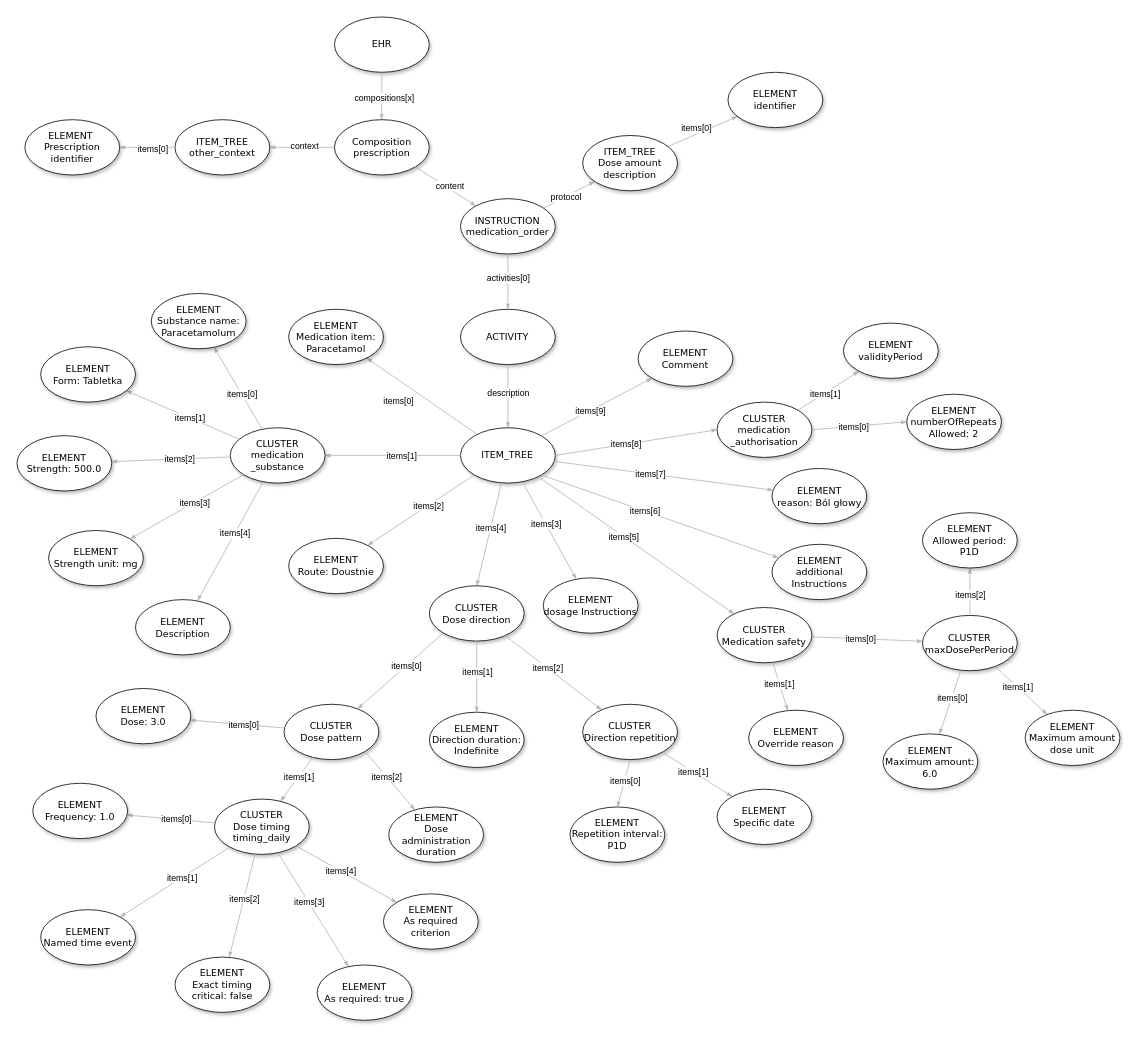
Earlier version of the draw.io diagram page "recepta-OpenEHR-clean" (3 of 21) of data/PD2-grafy.drawio (mikolajMacioszczyk/PD2). Source tidied: cells renumbered, new cells numbered last; positions are measured from the earlier drawing's top-left corner, leaving out a move shared by most shapes. Both pictures are drawn from the tidied source at 79%, with x=0, y=0 at pixel (17, 17).
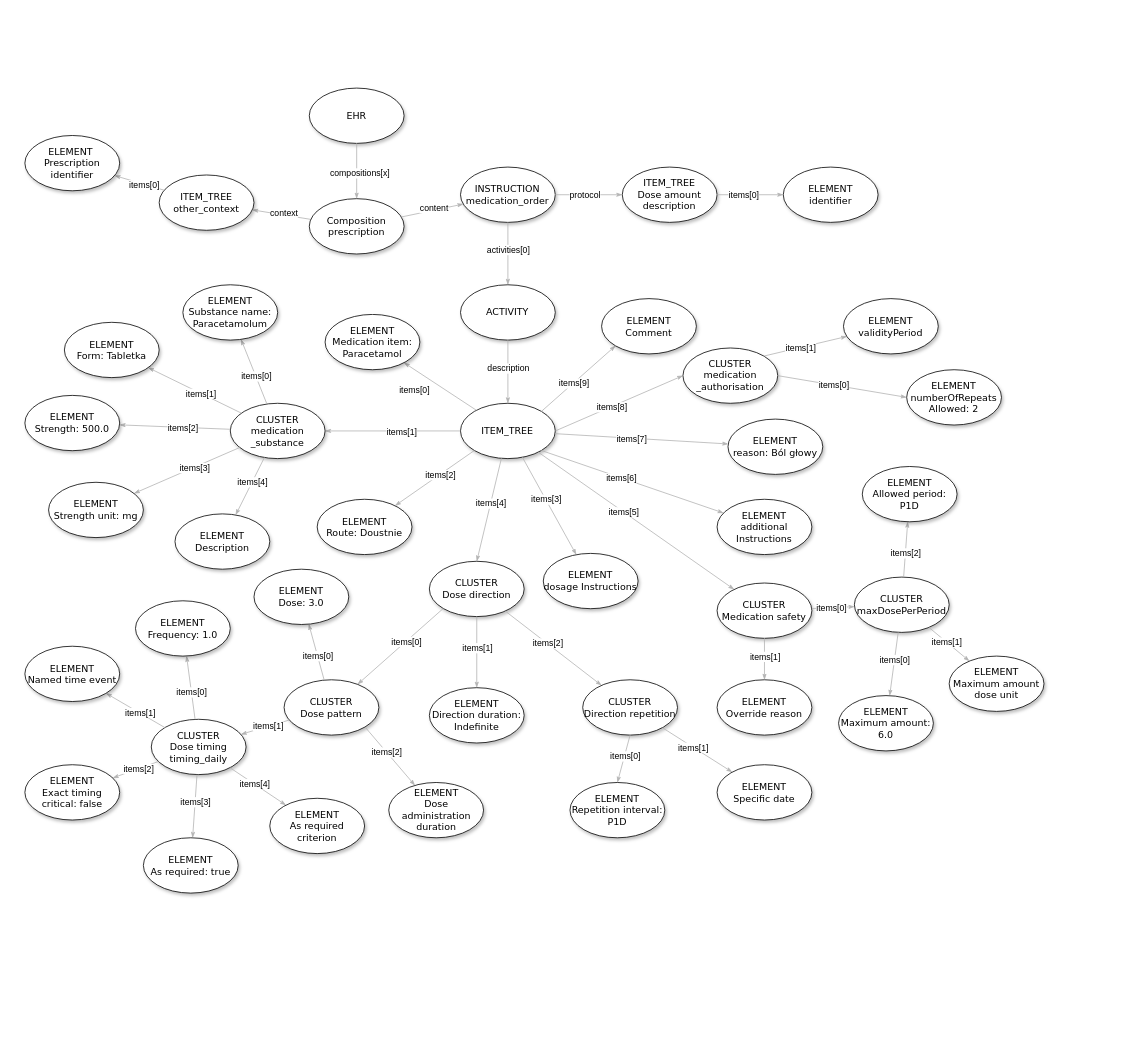
Above is the later version.

Diff of the diagram source:
```diff
@@
     <mxCell id="4" value="Composition prescription" style="ellipse;whiteSpace=wrap;html=1;rounded=0;shadow=1;comic=0;labelBackgroundColor=none;strokeWidth=1;fontFamily=Verdana;fontSize=12;align=center;" parent="1" vertex="1">
-      <mxGeometry x="401.9" y="130" width="120" height="70" as="geometry" />
+      <mxGeometry x="370" y="230" width="120" height="70" as="geometry" />
     </mxCell>
     <mxCell id="5" value="&lt;span&gt;ITEM_TREE other_context&lt;/span&gt;" style="ellipse;whiteSpace=wrap;html=1;rounded=0;shadow=1;comic=0;labelBackgroundColor=none;strokeWidth=1;fontFamily=Verdana;fontSize=12;align=center;" parent="1" vertex="1">
-      <mxGeometry x="200" y="130" width="120" height="70" as="geometry" />
+      <mxGeometry x="180" y="200" width="120" height="70" as="geometry" />
     </mxCell>
@@
     <mxCell id="8" value="ELEMENT&amp;nbsp;&lt;br&gt;Prescription identifier" style="ellipse;whiteSpace=wrap;html=1;rounded=0;shadow=1;comic=0;labelBackgroundColor=none;strokeWidth=1;fontFamily=Verdana;fontSize=12;align=center;" parent="1" vertex="1">
-      <mxGeometry x="10" y="130" width="120" height="70" as="geometry" />
+      <mxGeometry x="10" y="150" width="120" height="70" as="geometry" />
     </mxCell>
-    <mxCell id="9" style="edgeStyle=none;rounded=1;html=1;labelBackgroundColor=none;startArrow=none;startFill=0;startSize=5;endArrow=classicThin;endFill=1;endSize=5;jettySize=auto;strokeColor=#B3B3B3;strokeWidth=1;fontFamily=Verdana;fontSize=12;exitX=1;exitY=1;exitDx=0;exitDy=0;" parent="1" edge="1" source="4" target="11">
+    <mxCell id="9" style="edgeStyle=none;rounded=1;html=1;labelBackgroundColor=none;startArrow=none;startFill=0;startSize=5;endArrow=classicThin;endFill=1;endSize=5;jettySize=auto;strokeColor=#B3B3B3;strokeWidth=1;fontFamily=Verdana;fontSize=12;" parent="1" edge="1" source="4" target="11">
       <mxGeometry relative="1" as="geometry" />
     </mxCell>
@@
     <mxCell id="11" value="INSTRUCTION&lt;br&gt;&lt;div&gt;medication_order&lt;/div&gt;" style="ellipse;whiteSpace=wrap;html=1;rounded=0;shadow=1;comic=0;labelBackgroundColor=none;strokeWidth=1;fontFamily=Verdana;fontSize=12;align=center;" parent="1" vertex="1">
-      <mxGeometry x="561.4" y="230" width="120" height="70" as="geometry" />
+      <mxGeometry x="561.4" y="190" width="120" height="70" as="geometry" />
     </mxCell>
@@
     <mxCell id="14" value="ITEM_TREE&lt;br&gt;&lt;div&gt;Dose amount description&lt;/div&gt;" style="ellipse;whiteSpace=wrap;html=1;rounded=0;shadow=1;comic=0;labelBackgroundColor=none;strokeWidth=1;fontFamily=Verdana;fontSize=12;align=center;" parent="1" vertex="1">
-      <mxGeometry x="716.1" y="150" width="120" height="70" as="geometry" />
+      <mxGeometry x="766.2" y="190" width="120" height="70" as="geometry" />
     </mxCell>
@@
     <mxCell id="17" value="ELEMENT&lt;br&gt;&lt;div&gt;identifier&lt;/div&gt;" style="ellipse;whiteSpace=wrap;html=1;rounded=0;shadow=1;comic=0;labelBackgroundColor=none;strokeWidth=1;fontFamily=Verdana;fontSize=12;align=center;" parent="1" vertex="1">
-      <mxGeometry x="900" y="70" width="120" height="70" as="geometry" />
+      <mxGeometry x="970" y="190" width="120" height="70" as="geometry" />
     </mxCell>
@@
     <mxCell id="20" value="ACTIVITY" style="ellipse;whiteSpace=wrap;html=1;rounded=0;shadow=1;comic=0;labelBackgroundColor=none;strokeWidth=1;fontFamily=Verdana;fontSize=12;align=center;" parent="1" vertex="1">
-      <mxGeometry x="561.4" y="370" width="120" height="70" as="geometry" />
+      <mxGeometry x="561.4" y="339" width="120" height="70" as="geometry" />
     </mxCell>
@@
     <mxCell id="23" value="ITEM_TREE" style="ellipse;whiteSpace=wrap;html=1;rounded=0;shadow=1;comic=0;labelBackgroundColor=none;strokeWidth=1;fontFamily=Verdana;fontSize=12;align=center;" parent="1" vertex="1">
-      <mxGeometry x="561.4" y="520" width="120" height="70" as="geometry" />
+      <mxGeometry x="561.4" y="489" width="120" height="70" as="geometry" />
     </mxCell>
@@
     <mxCell id="26" value="ELEMENT&lt;div&gt;Medication item: Paracetamol&lt;/div&gt;" style="ellipse;whiteSpace=wrap;html=1;rounded=0;shadow=1;comic=0;labelBackgroundColor=none;strokeWidth=1;fontFamily=Verdana;fontSize=12;align=center;" parent="1" vertex="1">
-      <mxGeometry x="343.9" y="370" width="120" height="70" as="geometry" />
+      <mxGeometry x="390" y="376.5" width="120" height="70" as="geometry" />
     </mxCell>
@@
     <mxCell id="29" value="CLUSTER&lt;div&gt;medication _substance&lt;/div&gt;" style="ellipse;whiteSpace=wrap;html=1;rounded=0;shadow=1;comic=0;labelBackgroundColor=none;strokeWidth=1;fontFamily=Verdana;fontSize=12;align=center;" parent="1" vertex="1">
-      <mxGeometry x="270" y="520" width="120" height="70" as="geometry" />
+      <mxGeometry x="270" y="489" width="120" height="70" as="geometry" />
     </mxCell>
@@
     <mxCell id="32" value="ELEMENT&lt;div&gt;Substance name: Paracetamolum&lt;/div&gt;" style="ellipse;whiteSpace=wrap;html=1;rounded=0;shadow=1;comic=0;labelBackgroundColor=none;strokeWidth=1;fontFamily=Verdana;fontSize=12;align=center;" parent="1" vertex="1">
-      <mxGeometry x="170" y="350" width="120" height="70" as="geometry" />
+      <mxGeometry x="210" y="339" width="120" height="70" as="geometry" />
     </mxCell>
@@
     <mxCell id="35" value="&lt;div&gt;ELEMENT&lt;/div&gt;&lt;div&gt;Form: Tabletka&lt;/div&gt;" style="ellipse;whiteSpace=wrap;html=1;rounded=0;shadow=1;comic=0;labelBackgroundColor=none;strokeWidth=1;fontFamily=Verdana;fontSize=12;align=center;" parent="1" vertex="1">
-      <mxGeometry x="30" y="417.5" width="120" height="70" as="geometry" />
+      <mxGeometry x="60" y="386.5" width="120" height="70" as="geometry" />
     </mxCell>
@@
     <mxCell id="38" value="&lt;div&gt;ELEMENT&lt;/div&gt;&lt;div&gt;Strength: 500.0&lt;/div&gt;" style="ellipse;whiteSpace=wrap;html=1;rounded=0;shadow=1;comic=0;labelBackgroundColor=none;strokeWidth=1;fontFamily=Verdana;fontSize=12;align=center;" parent="1" vertex="1">
-      <mxGeometry y="530" width="120" height="70" as="geometry" />
+      <mxGeometry x="10" y="479" width="120" height="70" as="geometry" />
     </mxCell>
@@
     <mxCell id="41" value="&lt;div&gt;ELEMENT&lt;/div&gt;&lt;div&gt;Strength unit: mg&lt;/div&gt;" style="ellipse;whiteSpace=wrap;html=1;rounded=0;shadow=1;comic=0;labelBackgroundColor=none;strokeWidth=1;fontFamily=Verdana;fontSize=12;align=center;" parent="1" vertex="1">
-      <mxGeometry x="40" y="650" width="120" height="70" as="geometry" />
+      <mxGeometry x="40" y="589" width="120" height="70" as="geometry" />
     </mxCell>
@@
     <mxCell id="44" value="&lt;div&gt;ELEMENT&lt;/div&gt;&lt;div&gt;Description&lt;/div&gt;" style="ellipse;whiteSpace=wrap;html=1;rounded=0;shadow=1;comic=0;labelBackgroundColor=none;strokeWidth=1;fontFamily=Verdana;fontSize=12;align=center;" parent="1" vertex="1">
-      <mxGeometry x="150" y="737.5" width="120" height="70" as="geometry" />
+      <mxGeometry x="200" y="629" width="120" height="70" as="geometry" />
     </mxCell>
@@
     <mxCell id="47" value="ELEMENT&lt;div&gt;Route: Doustnie&lt;/div&gt;" style="ellipse;whiteSpace=wrap;html=1;rounded=0;shadow=1;comic=0;labelBackgroundColor=none;strokeWidth=1;fontFamily=Verdana;fontSize=12;align=center;" parent="1" vertex="1">
-      <mxGeometry x="343.9" y="660" width="120" height="70" as="geometry" />
+      <mxGeometry x="380" y="610.5" width="120" height="70" as="geometry" />
     </mxCell>
@@
     <mxCell id="50" value="ELEMENT&lt;div&gt;dosage Instructions&lt;/div&gt;" style="ellipse;whiteSpace=wrap;html=1;rounded=0;shadow=1;comic=0;labelBackgroundColor=none;strokeWidth=1;fontFamily=Verdana;fontSize=12;align=center;" parent="1" vertex="1">
-      <mxGeometry x="666.2" y="710" width="120" height="70" as="geometry" />
+      <mxGeometry x="666.2" y="679" width="120" height="70" as="geometry" />
     </mxCell>
@@
     <mxCell id="53" value="&lt;div&gt;CLUSTER&lt;/div&gt;&lt;div&gt;Dose direction&lt;/div&gt;" style="ellipse;whiteSpace=wrap;html=1;rounded=0;shadow=1;comic=0;labelBackgroundColor=none;strokeWidth=1;fontFamily=Verdana;fontSize=12;align=center;" parent="1" vertex="1">
-      <mxGeometry x="522" y="720" width="120" height="70" as="geometry" />
+      <mxGeometry x="522" y="689" width="120" height="70" as="geometry" />
     </mxCell>
@@
     <mxCell id="56" value="&lt;div&gt;CLUSTER&lt;/div&gt;&lt;div&gt;Dose pattern&lt;/div&gt;" style="ellipse;whiteSpace=wrap;html=1;rounded=0;shadow=1;comic=0;labelBackgroundColor=none;strokeWidth=1;fontFamily=Verdana;fontSize=12;align=center;" parent="1" vertex="1">
-      <mxGeometry x="338.1" y="870" width="120" height="70" as="geometry" />
+      <mxGeometry x="338.1" y="839" width="120" height="70" as="geometry" />
     </mxCell>
@@
     <mxCell id="59" value="ELEMENT&lt;div&gt;Dose: 3.0&lt;/div&gt;" style="ellipse;whiteSpace=wrap;html=1;rounded=0;shadow=1;comic=0;labelBackgroundColor=none;strokeWidth=1;fontFamily=Verdana;fontSize=12;align=center;" parent="1" vertex="1">
-      <mxGeometry x="100" y="850" width="120" height="70" as="geometry" />
+      <mxGeometry x="300" y="699" width="120" height="70" as="geometry" />
     </mxCell>
@@
     <mxCell id="62" value="&lt;div&gt;CLUSTER&lt;/div&gt;&lt;div&gt;Dose timing&lt;/div&gt;&lt;div&gt;timing_daily&lt;/div&gt;" style="ellipse;whiteSpace=wrap;html=1;rounded=0;shadow=1;comic=0;labelBackgroundColor=none;strokeWidth=1;fontFamily=Verdana;fontSize=12;align=center;" parent="1" vertex="1">
-      <mxGeometry x="250" y="990" width="120" height="70" as="geometry" />
+      <mxGeometry x="170" y="889" width="120" height="70" as="geometry" />
     </mxCell>
@@
     <mxCell id="65" value="&lt;div&gt;ELEMENT&lt;/div&gt;&lt;div&gt;Dose administration duration&lt;/div&gt;" style="ellipse;whiteSpace=wrap;html=1;rounded=0;shadow=1;comic=0;labelBackgroundColor=none;strokeWidth=1;fontFamily=Verdana;fontSize=12;align=center;" parent="1" vertex="1">
-      <mxGeometry x="470.6" y="1000" width="120" height="70" as="geometry" />
+      <mxGeometry x="470.6" y="969" width="120" height="70" as="geometry" />
     </mxCell>
@@
     <mxCell id="68" value="&lt;div&gt;ELEMENT&lt;/div&gt;&lt;div&gt;Frequency: 1.0&lt;/div&gt;" style="ellipse;whiteSpace=wrap;html=1;rounded=0;shadow=1;comic=0;labelBackgroundColor=none;strokeWidth=1;fontFamily=Verdana;fontSize=12;align=center;" parent="1" vertex="1">
-      <mxGeometry x="20" y="970" width="120" height="70" as="geometry" />
+      <mxGeometry x="150" y="739" width="120" height="70" as="geometry" />
     </mxCell>
@@
     <mxCell id="71" value="&lt;div&gt;ELEMENT&lt;/div&gt;&lt;div&gt;Named time event&lt;/div&gt;" style="ellipse;whiteSpace=wrap;html=1;rounded=0;shadow=1;comic=0;labelBackgroundColor=none;strokeWidth=1;fontFamily=Verdana;fontSize=12;align=center;" parent="1" vertex="1">
-      <mxGeometry x="30" y="1130" width="120" height="70" as="geometry" />
+      <mxGeometry x="10" y="796.5" width="120" height="70" as="geometry" />
     </mxCell>
@@
     <mxCell id="74" value="&lt;div&gt;ELEMENT&lt;/div&gt;&lt;div&gt;Exact timing critical: false&lt;/div&gt;" style="ellipse;whiteSpace=wrap;html=1;rounded=0;shadow=1;comic=0;labelBackgroundColor=none;strokeWidth=1;fontFamily=Verdana;fontSize=12;align=center;" parent="1" vertex="1">
-      <mxGeometry x="200" y="1190" width="120" height="70" as="geometry" />
+      <mxGeometry x="10" y="946.5" width="120" height="70" as="geometry" />
     </mxCell>
@@
     <mxCell id="77" value="&lt;div&gt;ELEMENT&lt;/div&gt;&lt;div&gt;As required: true&lt;/div&gt;" style="ellipse;whiteSpace=wrap;html=1;rounded=0;shadow=1;comic=0;labelBackgroundColor=none;strokeWidth=1;fontFamily=Verdana;fontSize=12;align=center;" parent="1" vertex="1">
-      <mxGeometry x="380" y="1200" width="120" height="70" as="geometry" />
+      <mxGeometry x="160" y="1039" width="120" height="70" as="geometry" />
     </mxCell>
@@
     <mxCell id="80" value="&lt;div&gt;ELEMENT&lt;/div&gt;&lt;div&gt;As required criterion&lt;/div&gt;" style="ellipse;whiteSpace=wrap;html=1;rounded=0;shadow=1;comic=0;labelBackgroundColor=none;strokeWidth=1;fontFamily=Verdana;fontSize=12;align=center;" parent="1" vertex="1">
-      <mxGeometry x="463.9" y="1110" width="120" height="70" as="geometry" />
+      <mxGeometry x="320" y="989" width="120" height="70" as="geometry" />
     </mxCell>
@@
     <mxCell id="83" value="&lt;div&gt;ELEMENT&lt;/div&gt;&lt;div&gt;Direction duration: Indefinite&lt;/div&gt;" style="ellipse;whiteSpace=wrap;html=1;rounded=0;shadow=1;comic=0;labelBackgroundColor=none;strokeWidth=1;fontFamily=Verdana;fontSize=12;align=center;" parent="1" vertex="1">
-      <mxGeometry x="522" y="880" width="120" height="70" as="geometry" />
+      <mxGeometry x="522" y="849" width="120" height="70" as="geometry" />
     </mxCell>
@@
     <mxCell id="86" value="&lt;div&gt;CLUSTER&lt;/div&gt;&lt;div&gt;Direction repetition&lt;/div&gt;" style="ellipse;whiteSpace=wrap;html=1;rounded=0;shadow=1;comic=0;labelBackgroundColor=none;strokeWidth=1;fontFamily=Verdana;fontSize=12;align=center;" parent="1" vertex="1">
-      <mxGeometry x="716.1" y="870" width="120" height="70" as="geometry" />
+      <mxGeometry x="716.1" y="839" width="120" height="70" as="geometry" />
     </mxCell>
@@
     <mxCell id="89" value="&lt;div&gt;ELEMENT&lt;/div&gt;&lt;div&gt;Repetition interval: P1D&lt;/div&gt;" style="ellipse;whiteSpace=wrap;html=1;rounded=0;shadow=1;comic=0;labelBackgroundColor=none;strokeWidth=1;fontFamily=Verdana;fontSize=12;align=center;" parent="1" vertex="1">
-      <mxGeometry x="700" y="1000" width="120" height="70" as="geometry" />
+      <mxGeometry x="700" y="969" width="120" height="70" as="geometry" />
     </mxCell>
@@
     <mxCell id="92" value="&lt;div&gt;ELEMENT&lt;/div&gt;&lt;div&gt;Specific date&lt;/div&gt;" style="ellipse;whiteSpace=wrap;html=1;rounded=0;shadow=1;comic=0;labelBackgroundColor=none;strokeWidth=1;fontFamily=Verdana;fontSize=12;align=center;" parent="1" vertex="1">
-      <mxGeometry x="886.2" y="977.5" width="120" height="70" as="geometry" />
+      <mxGeometry x="886.2" y="946.5" width="120" height="70" as="geometry" />
     </mxCell>
@@
     <mxCell id="95" value="&lt;div&gt;CLUSTER&lt;/div&gt;&lt;div&gt;Medication safety&lt;/div&gt;" style="ellipse;whiteSpace=wrap;html=1;rounded=0;shadow=1;comic=0;labelBackgroundColor=none;strokeWidth=1;fontFamily=Verdana;fontSize=12;align=center;" parent="1" vertex="1">
-      <mxGeometry x="886.2" y="747.5" width="120" height="70" as="geometry" />
+      <mxGeometry x="886.2" y="716.5" width="120" height="70" as="geometry" />
     </mxCell>
@@
     <mxCell id="98" value="&lt;div&gt;CLUSTER&lt;/div&gt;&lt;div&gt;maxDosePerPeriod&lt;/div&gt;" style="ellipse;whiteSpace=wrap;html=1;rounded=0;shadow=1;comic=0;labelBackgroundColor=none;strokeWidth=1;fontFamily=Verdana;fontSize=12;align=center;" parent="1" vertex="1">
-      <mxGeometry x="1146.2" y="757.5" width="120" height="70" as="geometry" />
+      <mxGeometry x="1060" y="709" width="120" height="70" as="geometry" />
     </mxCell>
@@
     <mxCell id="101" value="&lt;div&gt;ELEMENT&lt;/div&gt;&lt;div&gt;Override reason&lt;/div&gt;" style="ellipse;whiteSpace=wrap;html=1;rounded=0;shadow=1;comic=0;labelBackgroundColor=none;strokeWidth=1;fontFamily=Verdana;fontSize=12;align=center;" parent="1" vertex="1">
-      <mxGeometry x="926.2" y="877.5" width="120" height="70" as="geometry" />
+      <mxGeometry x="886.2" y="839" width="120" height="70" as="geometry" />
     </mxCell>
@@
     <mxCell id="104" value="&lt;div&gt;ELEMENT&lt;/div&gt;&lt;div&gt;Maximum amount: 6.0&lt;/div&gt;" style="ellipse;whiteSpace=wrap;html=1;rounded=0;shadow=1;comic=0;labelBackgroundColor=none;strokeWidth=1;fontFamily=Verdana;fontSize=12;align=center;" parent="1" vertex="1">
-      <mxGeometry x="1096.2" y="907.5" width="120" height="70" as="geometry" />
+      <mxGeometry x="1040" y="859" width="120" height="70" as="geometry" />
     </mxCell>
@@
     <mxCell id="107" value="&lt;div&gt;ELEMENT&lt;/div&gt;&lt;div&gt;Maximum amount dose unit&lt;/div&gt;" style="ellipse;whiteSpace=wrap;html=1;rounded=0;shadow=1;comic=0;labelBackgroundColor=none;strokeWidth=1;fontFamily=Verdana;fontSize=12;align=center;" parent="1" vertex="1">
-      <mxGeometry x="1276.2" y="877.5" width="120" height="70" as="geometry" />
+      <mxGeometry x="1180" y="809" width="120" height="70" as="geometry" />
     </mxCell>
@@
     <mxCell id="110" value="&lt;div&gt;ELEMENT&lt;/div&gt;&lt;div&gt;Allowed period: P1D&lt;/div&gt;" style="ellipse;whiteSpace=wrap;html=1;rounded=0;shadow=1;comic=0;labelBackgroundColor=none;strokeWidth=1;fontFamily=Verdana;fontSize=12;align=center;" parent="1" vertex="1">
-      <mxGeometry x="1146.2" y="627.5" width="120" height="70" as="geometry" />
+      <mxGeometry x="1070" y="569" width="120" height="70" as="geometry" />
     </mxCell>
@@
     <mxCell id="113" value="&lt;div&gt;ELEMENT&lt;/div&gt;&lt;div&gt;additional Instructions&lt;/div&gt;" style="ellipse;whiteSpace=wrap;html=1;rounded=0;shadow=1;comic=0;labelBackgroundColor=none;strokeWidth=1;fontFamily=Verdana;fontSize=12;align=center;" parent="1" vertex="1">
-      <mxGeometry x="955.7" y="667.5" width="120" height="70" as="geometry" />
+      <mxGeometry x="886.2" y="610.5" width="120" height="70" as="geometry" />
     </mxCell>
@@
     <mxCell id="116" value="&lt;div&gt;ELEMENT&lt;/div&gt;&lt;div&gt;reason: Ból głowy&lt;/div&gt;" style="ellipse;whiteSpace=wrap;html=1;rounded=0;shadow=1;comic=0;labelBackgroundColor=none;strokeWidth=1;fontFamily=Verdana;fontSize=12;align=center;" parent="1" vertex="1">
-      <mxGeometry x="955.7" y="571.5" width="120" height="70" as="geometry" />
+      <mxGeometry x="900" y="509" width="120" height="70" as="geometry" />
     </mxCell>
@@
     <mxCell id="119" value="&lt;div&gt;CLUSTER&lt;/div&gt;&lt;div&gt;medication _authorisation&lt;/div&gt;" style="ellipse;whiteSpace=wrap;html=1;rounded=0;shadow=1;comic=0;labelBackgroundColor=none;strokeWidth=1;fontFamily=Verdana;fontSize=12;align=center;" parent="1" vertex="1">
-      <mxGeometry x="886.2" y="487.5" width="120" height="70" as="geometry" />
+      <mxGeometry x="843" y="419" width="120" height="70" as="geometry" />
     </mxCell>
@@
     <mxCell id="122" value="&lt;div&gt;ELEMENT&lt;/div&gt;&lt;div&gt;numberOfRepeats Allowed: 2&lt;/div&gt;" style="ellipse;whiteSpace=wrap;html=1;rounded=0;shadow=1;comic=0;labelBackgroundColor=none;strokeWidth=1;fontFamily=Verdana;fontSize=12;align=center;" parent="1" vertex="1">
-      <mxGeometry x="1126.2" y="477.5" width="120" height="70" as="geometry" />
+      <mxGeometry x="1126.2" y="446.5" width="120" height="70" as="geometry" />
     </mxCell>
@@
     <mxCell id="125" value="&lt;div&gt;ELEMENT&lt;/div&gt;&lt;div&gt;validityPeriod&lt;/div&gt;" style="ellipse;whiteSpace=wrap;html=1;rounded=0;shadow=1;comic=0;labelBackgroundColor=none;strokeWidth=1;fontFamily=Verdana;fontSize=12;align=center;" parent="1" vertex="1">
-      <mxGeometry x="1046.2" y="387.5" width="120" height="70" as="geometry" />
+      <mxGeometry x="1046.2" y="356.5" width="120" height="70" as="geometry" />
     </mxCell>
@@
     <mxCell id="128" value="&lt;div&gt;ELEMENT&lt;/div&gt;&lt;div&gt;Comment&lt;/div&gt;" style="ellipse;whiteSpace=wrap;html=1;rounded=0;shadow=1;comic=0;labelBackgroundColor=none;strokeWidth=1;fontFamily=Verdana;fontSize=12;align=center;" parent="1" vertex="1">
-      <mxGeometry x="786.2" y="397.5" width="120" height="70" as="geometry" />
+      <mxGeometry x="740" y="356.5" width="120" height="70" as="geometry" />
     </mxCell>
     <mxCell id="129" value="EHR" style="ellipse;whiteSpace=wrap;html=1;rounded=0;shadow=1;comic=0;labelBackgroundColor=none;strokeWidth=1;fontFamily=Verdana;fontSize=12;align=center;" parent="1" vertex="1">
-      <mxGeometry x="401.9" width="120" height="70" as="geometry" />
+      <mxGeometry x="370" y="90" width="120" height="70" as="geometry" />
     </mxCell>
-    <mxCell id="130" style="edgeStyle=none;rounded=1;html=1;labelBackgroundColor=none;startArrow=none;startFill=0;startSize=5;endArrow=classicThin;endFill=1;endSize=5;jettySize=auto;strokeColor=#B3B3B3;strokeWidth=1;fontFamily=Verdana;fontSize=12;exitX=0.5;exitY=1;exitDx=0;exitDy=0;" parent="1" edge="1" source="129">
-      <mxGeometry relative="1" as="geometry">
-        <mxPoint x="461.6" y="130" as="targetPoint" />
-      </mxGeometry>
+    <mxCell id="130" style="edgeStyle=none;rounded=1;html=1;labelBackgroundColor=none;startArrow=none;startFill=0;startSize=5;endArrow=classicThin;endFill=1;endSize=5;jettySize=auto;strokeColor=#B3B3B3;strokeWidth=1;fontFamily=Verdana;fontSize=12;exitX=0.5;exitY=1;exitDx=0;exitDy=0;" parent="1" edge="1" source="129" target="4">
+      <mxGeometry relative="1" as="geometry" />
     </mxCell>
```
